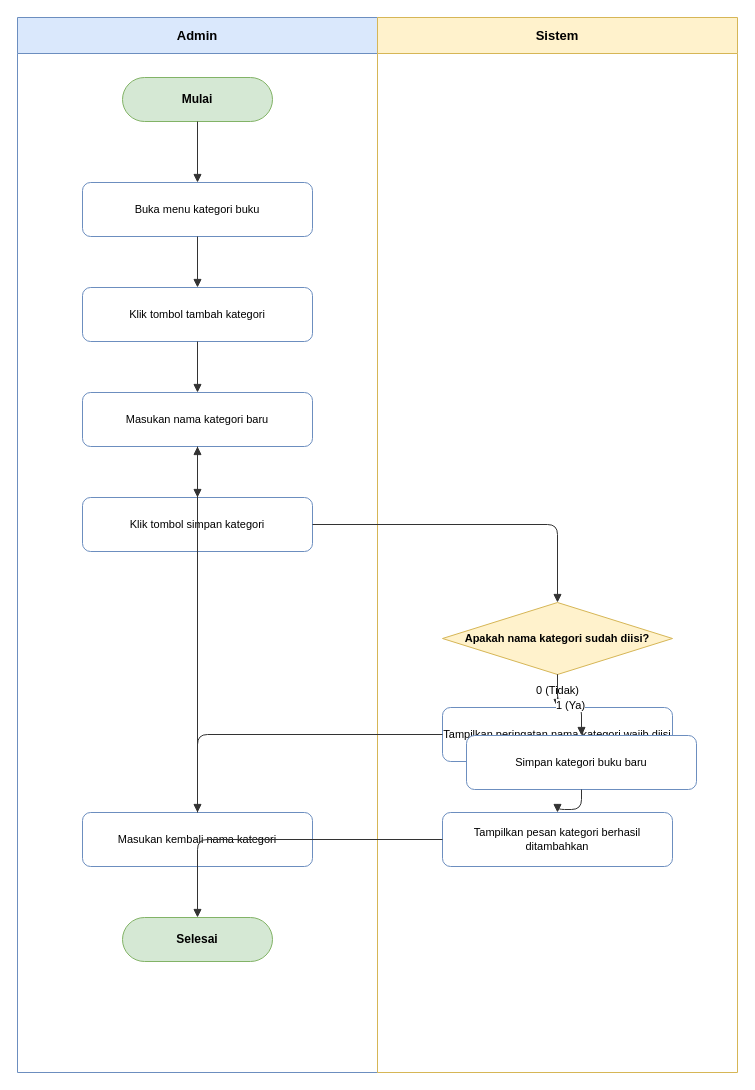
Earlier version of the draw.io diagram page "activity-createcategory" (4 of 25) of docs/diagrams/activity.drawio (dimstyle/ruang-baca). Source tidied: cells renumbered, new cells numbered last; positions are measured from the earlier drawing's top-left corner, leaving out a move shared by most shapes. Both pictures are drawn from the tidied source at 100%, with x=0, y=0 at pixel (17, 17).
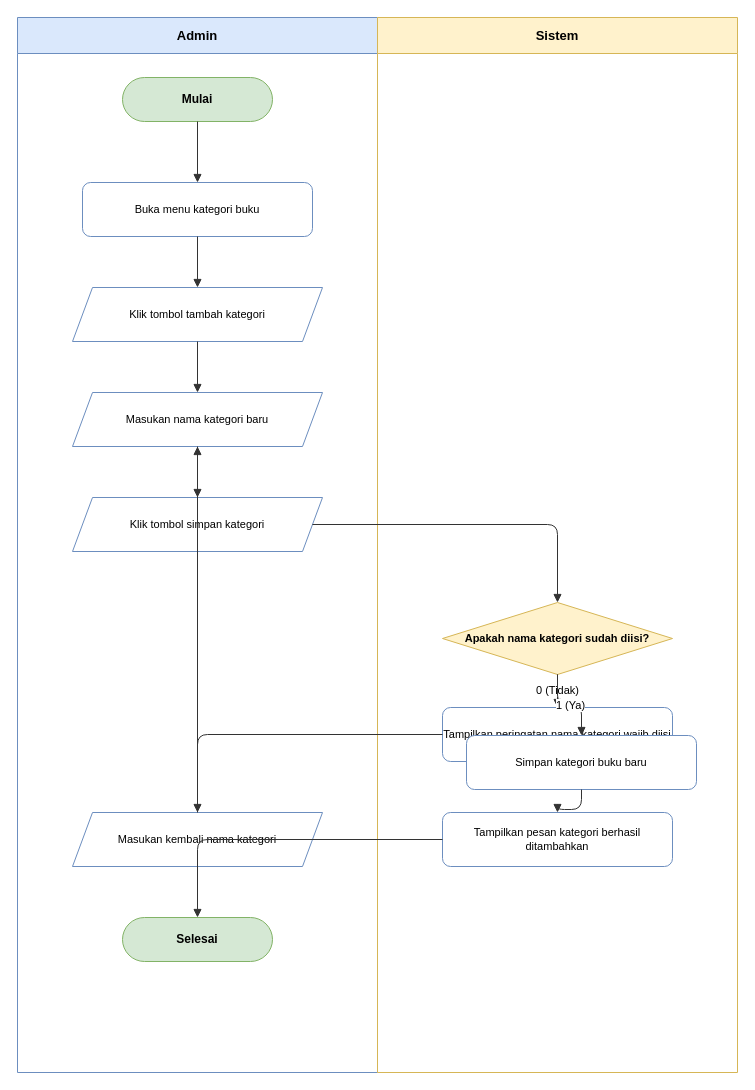
The same page after the edit.

Unchanged cells that the change refers to:
```xml
<mxCell id="2" value="Admin" style="swimlane;whiteSpace=wrap;html=1;startSize=36;fillColor=#dae8fc;strokeColor=#6c8ebf;fontStyle=1;fontSize=13;" parent="1" vertex="1">
  <mxGeometry width="360" height="1055" as="geometry" />
</mxCell>
```

What changed in the source:
```diff
@@
-    <mxCell id="6" value="Klik tombol tambah kategori" style="rounded=1;whiteSpace=wrap;html=1;fillColor=#ffffff;strokeColor=#6c8ebf;fontSize=11;" parent="2" vertex="1">
-      <mxGeometry x="65" y="270" width="230" height="54" as="geometry" />
+    <mxCell id="6" value="Klik tombol tambah kategori" style="shape=parallelogram;perimeter=parallelogramPerimeter;whiteSpace=wrap;html=1;fixedSize=1;fillColor=#ffffff;strokeColor=#6c8ebf;fontSize=11;" parent="2" vertex="1">
+      <mxGeometry x="55" y="270" width="250" height="54" as="geometry" />
     </mxCell>
-    <mxCell id="7" value="Masukan nama kategori baru" style="rounded=1;whiteSpace=wrap;html=1;fillColor=#ffffff;strokeColor=#6c8ebf;fontSize=11;" parent="2" vertex="1">
-      <mxGeometry x="65" y="375" width="230" height="54" as="geometry" />
+    <mxCell id="7" value="Masukan nama kategori baru" style="shape=parallelogram;perimeter=parallelogramPerimeter;whiteSpace=wrap;html=1;fixedSize=1;fillColor=#ffffff;strokeColor=#6c8ebf;fontSize=11;" parent="2" vertex="1">
+      <mxGeometry x="55" y="375" width="250" height="54" as="geometry" />
     </mxCell>
-    <mxCell id="8" value="Klik tombol simpan kategori" style="rounded=1;whiteSpace=wrap;html=1;fillColor=#ffffff;strokeColor=#6c8ebf;fontSize=11;" parent="2" vertex="1">
-      <mxGeometry x="65" y="480" width="230" height="54" as="geometry" />
+    <mxCell id="8" value="Klik tombol simpan kategori" style="shape=parallelogram;perimeter=parallelogramPerimeter;whiteSpace=wrap;html=1;fixedSize=1;fillColor=#ffffff;strokeColor=#6c8ebf;fontSize=11;" parent="2" vertex="1">
+      <mxGeometry x="55" y="480" width="250" height="54" as="geometry" />
     </mxCell>
-    <mxCell id="9" value="Masukan kembali nama kategori" style="rounded=1;whiteSpace=wrap;html=1;fillColor=#ffffff;strokeColor=#6c8ebf;fontSize=11;" parent="2" vertex="1">
-      <mxGeometry x="65" y="795" width="230" height="54" as="geometry" />
+    <mxCell id="9" value="Masukan kembali nama kategori" style="shape=parallelogram;perimeter=parallelogramPerimeter;whiteSpace=wrap;html=1;fixedSize=1;fillColor=#ffffff;strokeColor=#6c8ebf;fontSize=11;" parent="2" vertex="1">
+      <mxGeometry x="55" y="795" width="250" height="54" as="geometry" />
     </mxCell>
```
